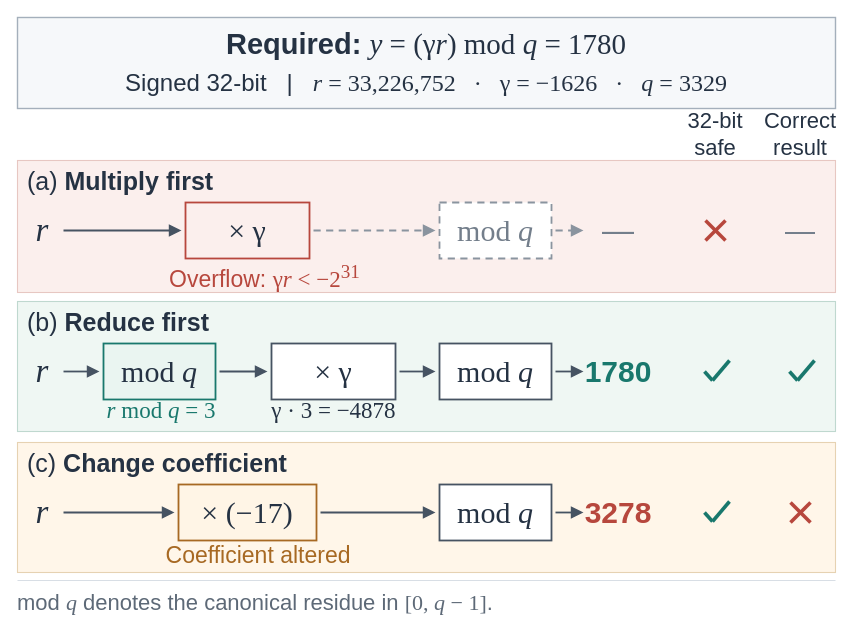
This is all/DAC2026/Secforge_fig1.drawio from ZKY6662017/iodraw-files, a draw.io file, before an edit. Source tidied: cells renumbered, new cells numbered last; positions are measured from the earlier drawing's top-left corner, leaving out a move shared by most shapes. Both pictures are drawn from the tidied source at 100%, with x=0, y=0 at pixel (17, 17).
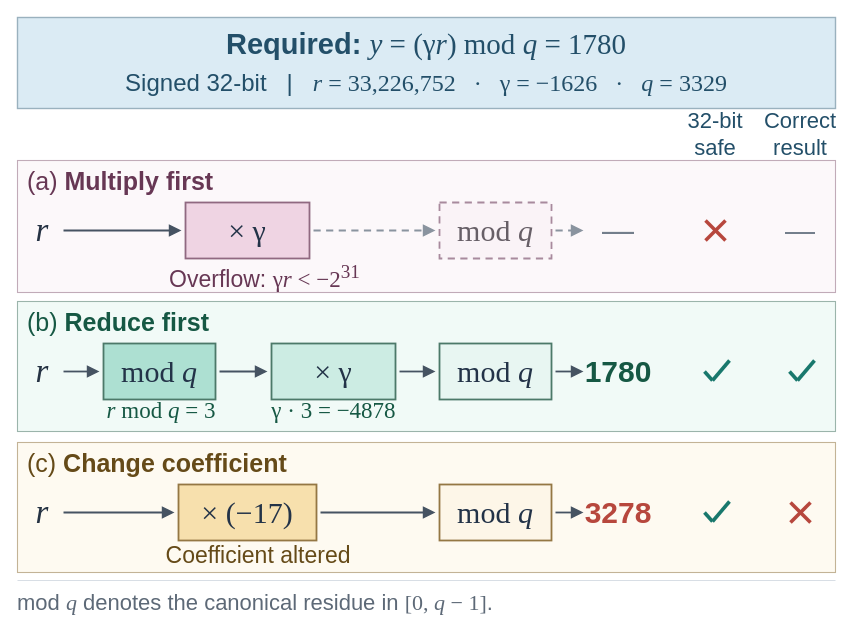
After the change.

Commit message:
Match Fig. 1 panel colors and node tints to Fig. 2

Diff of the diagram source:
```diff
@@
-    <mxCell id="2" style="whiteSpace=wrap;html=1;rounded=0;shadow=0;glass=0;strokeColor=none;fillColor=none;fontFamily=Arial;fontSize=25;fontColor=#253243;align=center;verticalAlign=middle;spacing=0;fillColor=#FBEFED;strokeColor=#E7C7C2;strokeWidth=1.1;" parent="1" vertex="1">
+    <mxCell id="2" style="whiteSpace=wrap;html=1;rounded=0;shadow=0;glass=0;fontFamily=Arial;fontSize=25;fontColor=#253243;align=center;verticalAlign=middle;spacing=0;strokeWidth=1.1;fillColor=#FCF8FA;strokeColor=#C1ABB8;" parent="1" vertex="1">
       <mxGeometry y="143" width="818" height="132" as="geometry" />
     </mxCell>
-    <mxCell id="3" style="whiteSpace=wrap;html=1;rounded=0;shadow=0;glass=0;strokeColor=none;fillColor=none;fontFamily=Arial;fontSize=25;fontColor=#253243;align=center;verticalAlign=middle;spacing=0;fillColor=#FFF6E9;strokeColor=#E6D2B2;strokeWidth=1.1;" parent="1" vertex="1">
+    <mxCell id="3" style="whiteSpace=wrap;html=1;rounded=0;shadow=0;glass=0;fontFamily=Arial;fontSize=25;fontColor=#253243;align=center;verticalAlign=middle;spacing=0;strokeWidth=1.1;fillColor=#FEFAF1;strokeColor=#C3B396;" parent="1" vertex="1">
       <mxGeometry y="425" width="818" height="130" as="geometry" />
     </mxCell>
-    <mxCell id="4" style="whiteSpace=wrap;html=1;rounded=0;shadow=0;glass=0;strokeColor=none;fillColor=none;fontFamily=Arial;fontSize=25;fontColor=#253243;align=center;verticalAlign=middle;spacing=0;fillColor=#F6F8FA;strokeColor=#A4AFBB;strokeWidth=1.4;" parent="1" vertex="1">
+    <mxCell id="4" style="whiteSpace=wrap;html=1;rounded=0;shadow=0;glass=0;fontFamily=Arial;fontSize=25;fontColor=#253243;align=center;verticalAlign=middle;spacing=0;strokeWidth=1.4;fillColor=#DBEBF4;strokeColor=#9AB1BE;" parent="1" vertex="1">
       <mxGeometry width="818" height="91" as="geometry" />
     </mxCell>
-    <mxCell id="5" value="&lt;b&gt;Required:&lt;/b&gt; &lt;font face=&quot;Times New Roman&quot;&gt;&lt;i&gt;y&lt;/i&gt; = (γ&lt;i&gt;r&lt;/i&gt;) mod &lt;i&gt;q&lt;/i&gt; = 1780&lt;/font&gt;" style="whiteSpace=wrap;html=1;rounded=0;shadow=0;glass=0;strokeColor=none;fillColor=none;fontFamily=Arial;fontSize=25;fontColor=#253243;align=center;verticalAlign=middle;spacing=0;fontSize=29;" parent="1" vertex="1">
+    <mxCell id="5" value="&lt;b&gt;Required:&lt;/b&gt; &lt;font face=&quot;Times New Roman&quot;&gt;&lt;i&gt;y&lt;/i&gt; = (γ&lt;i&gt;r&lt;/i&gt;) mod &lt;i&gt;q&lt;/i&gt; = 1780&lt;/font&gt;" style="whiteSpace=wrap;html=1;rounded=0;shadow=0;glass=0;strokeColor=none;fillColor=none;fontFamily=Arial;fontSize=25;align=center;verticalAlign=middle;spacing=0;fontSize=29;fontColor=#234F69;" parent="1" vertex="1">
       <mxGeometry x="14" y="9" width="790" height="36" as="geometry" />
     </mxCell>
-    <mxCell id="6" value="Signed 32-bit &amp;nbsp; | &amp;nbsp; &lt;font face=&quot;Times New Roman&quot;&gt;&lt;i&gt;r&lt;/i&gt; = 33,226,752 &amp;nbsp; · &amp;nbsp; γ = −1626 &amp;nbsp; · &amp;nbsp; &lt;i&gt;q&lt;/i&gt; = 3329&lt;/font&gt;" style="whiteSpace=wrap;html=1;rounded=0;shadow=0;glass=0;strokeColor=none;fillColor=none;fontFamily=Arial;fontSize=25;fontColor=#253243;align=center;verticalAlign=middle;spacing=0;fontSize=24;" parent="1" vertex="1">
+    <mxCell id="6" value="Signed 32-bit &amp;nbsp; | &amp;nbsp; &lt;font face=&quot;Times New Roman&quot;&gt;&lt;i&gt;r&lt;/i&gt; = 33,226,752 &amp;nbsp; · &amp;nbsp; γ = −1626 &amp;nbsp; · &amp;nbsp; &lt;i&gt;q&lt;/i&gt; = 3329&lt;/font&gt;" style="whiteSpace=wrap;html=1;rounded=0;shadow=0;glass=0;strokeColor=none;fillColor=none;fontFamily=Arial;fontSize=25;align=center;verticalAlign=middle;spacing=0;fontSize=24;fontColor=#234F69;" parent="1" vertex="1">
       <mxGeometry x="14" y="51" width="790" height="29" as="geometry" />
     </mxCell>
-    <mxCell id="7" value="32-bit&lt;br&gt;safe" style="whiteSpace=wrap;html=1;rounded=0;shadow=0;glass=0;strokeColor=none;fillColor=none;fontFamily=Arial;fontSize=25;fontColor=#253243;align=center;verticalAlign=middle;spacing=0;fontSize=22;" parent="1" vertex="1">
+    <mxCell id="7" value="32-bit&lt;br&gt;safe" style="whiteSpace=wrap;html=1;rounded=0;shadow=0;glass=0;strokeColor=none;fillColor=none;fontFamily=Arial;fontSize=25;align=center;verticalAlign=middle;spacing=0;fontSize=22;fontColor=#234F69;" parent="1" vertex="1">
       <mxGeometry x="653" y="94" width="90" height="45" as="geometry" />
     </mxCell>
-    <mxCell id="8" value="Correct&lt;br&gt;result" style="whiteSpace=wrap;html=1;rounded=0;shadow=0;glass=0;strokeColor=none;fillColor=none;fontFamily=Arial;fontSize=25;fontColor=#253243;align=center;verticalAlign=middle;spacing=0;fontSize=22;" parent="1" vertex="1">
+    <mxCell id="8" value="Correct&lt;br&gt;result" style="whiteSpace=wrap;html=1;rounded=0;shadow=0;glass=0;strokeColor=none;fillColor=none;fontFamily=Arial;fontSize=25;align=center;verticalAlign=middle;spacing=0;fontSize=22;fontColor=#234F69;" parent="1" vertex="1">
       <mxGeometry x="738" y="94" width="90" height="45" as="geometry" />
     </mxCell>
-    <mxCell id="9" style="whiteSpace=wrap;html=1;rounded=0;shadow=0;glass=0;strokeColor=none;fillColor=none;fontFamily=Arial;fontSize=25;fontColor=#253243;align=center;verticalAlign=middle;spacing=0;fillColor=#EFF7F3;strokeColor=#BFD8CF;strokeWidth=1.1;" parent="1" vertex="1">
+    <mxCell id="9" style="whiteSpace=wrap;html=1;rounded=0;shadow=0;glass=0;fontFamily=Arial;fontSize=25;fontColor=#253243;align=center;verticalAlign=middle;spacing=0;strokeWidth=1.1;fillColor=#F1FAF7;strokeColor=#9BB4AB;" parent="1" vertex="1">
       <mxGeometry y="284" width="818" height="130" as="geometry" />
     </mxCell>
-    <mxCell id="10" value="(a) &lt;b&gt;Multiply first&lt;/b&gt;" style="whiteSpace=wrap;html=1;rounded=0;shadow=0;glass=0;strokeColor=none;fillColor=none;fontFamily=Arial;fontSize=25;fontColor=#253243;align=center;verticalAlign=middle;spacing=0;align=left;fontSize=25;" parent="1" vertex="1">
+    <mxCell id="10" value="(a) &lt;b&gt;Multiply first&lt;/b&gt;" style="whiteSpace=wrap;html=1;rounded=0;shadow=0;glass=0;strokeColor=none;fillColor=none;fontFamily=Arial;fontSize=25;align=center;verticalAlign=middle;spacing=0;align=left;fontSize=25;fontColor=#673754;" parent="1" vertex="1">
       <mxGeometry x="10" y="148" width="560" height="30" as="geometry" />
     </mxCell>
-    <mxCell id="11" value="(b) &lt;b&gt;Reduce first&lt;/b&gt;" style="whiteSpace=wrap;html=1;rounded=0;shadow=0;glass=0;strokeColor=none;fillColor=none;fontFamily=Arial;fontSize=25;fontColor=#253243;align=center;verticalAlign=middle;spacing=0;align=left;fontSize=25;" parent="1" vertex="1">
+    <mxCell id="11" value="(b) &lt;b&gt;Reduce first&lt;/b&gt;" style="whiteSpace=wrap;html=1;rounded=0;shadow=0;glass=0;strokeColor=none;fillColor=none;fontFamily=Arial;fontSize=25;align=center;verticalAlign=middle;spacing=0;align=left;fontSize=25;fontColor=#165844;" parent="1" vertex="1">
       <mxGeometry x="10" y="289" width="560" height="30" as="geometry" />
     </mxCell>
-    <mxCell id="12" value="(c) &lt;b&gt;Change coefficient&lt;/b&gt;" style="whiteSpace=wrap;html=1;rounded=0;shadow=0;glass=0;strokeColor=none;fillColor=none;fontFamily=Arial;fontSize=25;fontColor=#253243;align=center;verticalAlign=middle;spacing=0;align=left;fontSize=25;" parent="1" vertex="1">
+    <mxCell id="12" value="(c) &lt;b&gt;Change coefficient&lt;/b&gt;" style="whiteSpace=wrap;html=1;rounded=0;shadow=0;glass=0;strokeColor=none;fillColor=none;fontFamily=Arial;fontSize=25;align=center;verticalAlign=middle;spacing=0;align=left;fontSize=25;fontColor=#654A18;" parent="1" vertex="1">
       <mxGeometry x="10" y="430" width="580" height="30" as="geometry" />
     </mxCell>
@@
-    <mxCell id="16" value="&lt;font face=&quot;Times New Roman&quot;&gt;× γ&lt;/font&gt;" style="whiteSpace=wrap;html=1;rounded=0;shadow=0;glass=0;strokeColor=none;fillColor=none;fontFamily=Arial;fontSize=25;fontColor=#253243;align=center;verticalAlign=middle;spacing=0;strokeColor=#465362;strokeWidth=1.8;fillColor=#FFFFFF;fontSize=30;fillColor=#FBEFED;strokeColor=#B7473D;" parent="1" vertex="1">
+    <mxCell id="16" value="&lt;font face=&quot;Times New Roman&quot;&gt;× γ&lt;/font&gt;" style="whiteSpace=wrap;html=1;rounded=0;shadow=0;glass=0;fontFamily=Arial;fontSize=25;align=center;verticalAlign=middle;spacing=0;strokeWidth=1.8;fontSize=30;fillColor=#EFD4E3;strokeColor=#906981;fontColor=#233348;" parent="1" vertex="1">
       <mxGeometry x="168" y="185" width="124" height="56" as="geometry" />
     </mxCell>
-    <mxCell id="17" value="&lt;font face=&quot;Times New Roman&quot;&gt;mod &lt;i&gt;q&lt;/i&gt;&lt;/font&gt;" style="whiteSpace=wrap;html=1;rounded=0;shadow=0;glass=0;strokeColor=none;fillColor=none;fontFamily=Arial;fontSize=25;fontColor=#253243;align=center;verticalAlign=middle;spacing=0;strokeColor=#465362;strokeWidth=1.8;fillColor=#FFFFFF;fontSize=30;strokeColor=#8A949F;fontColor=#737E8B;dashed=1;dashPattern=4 3;" parent="1" vertex="1">
+    <mxCell id="17" value="&lt;font face=&quot;Times New Roman&quot;&gt;mod &lt;i&gt;q&lt;/i&gt;&lt;/font&gt;" style="whiteSpace=wrap;html=1;rounded=0;shadow=0;glass=0;fontFamily=Arial;fontSize=25;align=center;verticalAlign=middle;spacing=0;strokeWidth=1.8;fontSize=30;dashed=1;dashPattern=4 3;fillColor=#FAF3F7;strokeColor=#A88A9D;fontColor=#675F67;" parent="1" vertex="1">
       <mxGeometry x="422" y="185" width="112" height="56" as="geometry" />
     </mxCell>
@@
-    <mxCell id="22" value="Overflow: &lt;font face=&quot;Times New Roman&quot;&gt;γ&lt;i&gt;r&lt;/i&gt; &amp;lt; −2&lt;sup&gt;31&lt;/sup&gt;&lt;/font&gt;" style="whiteSpace=wrap;html=1;rounded=0;shadow=0;glass=0;strokeColor=none;fillColor=none;fontFamily=Arial;fontSize=25;fontColor=#253243;align=center;verticalAlign=middle;spacing=0;fontSize=23;fontColor=#B7473D;" parent="1" vertex="1">
+    <mxCell id="22" value="Overflow: &lt;font face=&quot;Times New Roman&quot;&gt;γ&lt;i&gt;r&lt;/i&gt; &amp;lt; −2&lt;sup&gt;31&lt;/sup&gt;&lt;/font&gt;" style="whiteSpace=wrap;html=1;rounded=0;shadow=0;glass=0;strokeColor=none;fillColor=none;fontFamily=Arial;fontSize=25;align=center;verticalAlign=middle;spacing=0;fontSize=23;fontColor=#673754;" parent="1" vertex="1">
       <mxGeometry x="130" y="244" width="235" height="29" as="geometry" />
     </mxCell>
@@
-    <mxCell id="26" value="&lt;font face=&quot;Times New Roman&quot;&gt;mod &lt;i&gt;q&lt;/i&gt;&lt;/font&gt;" style="whiteSpace=wrap;html=1;rounded=0;shadow=0;glass=0;strokeColor=none;fillColor=none;fontFamily=Arial;fontSize=25;fontColor=#253243;align=center;verticalAlign=middle;spacing=0;strokeColor=#465362;strokeWidth=1.8;fillColor=#FFFFFF;fontSize=30;fillColor=#EAF5F1;strokeColor=#19786D;" parent="1" vertex="1">
+    <mxCell id="26" value="&lt;font face=&quot;Times New Roman&quot;&gt;mod &lt;i&gt;q&lt;/i&gt;&lt;/font&gt;" style="whiteSpace=wrap;html=1;rounded=0;shadow=0;glass=0;fontFamily=Arial;fontSize=25;align=center;verticalAlign=middle;spacing=0;strokeWidth=1.8;fontSize=30;fillColor=#ADE0D2;strokeColor=#4C7969;fontColor=#233348;" parent="1" vertex="1">
       <mxGeometry x="86" y="326" width="112" height="56" as="geometry" />
     </mxCell>
-    <mxCell id="27" value="&lt;font face=&quot;Times New Roman&quot;&gt;× γ&lt;/font&gt;" style="whiteSpace=wrap;html=1;rounded=0;shadow=0;glass=0;strokeColor=none;fillColor=none;fontFamily=Arial;fontSize=25;fontColor=#253243;align=center;verticalAlign=middle;spacing=0;strokeColor=#465362;strokeWidth=1.8;fillColor=#FFFFFF;fontSize=30;" parent="1" vertex="1">
+    <mxCell id="27" value="&lt;font face=&quot;Times New Roman&quot;&gt;× γ&lt;/font&gt;" style="whiteSpace=wrap;html=1;rounded=0;shadow=0;glass=0;fontFamily=Arial;fontSize=25;align=center;verticalAlign=middle;spacing=0;strokeWidth=1.8;fontSize=30;fillColor=#CCECE3;strokeColor=#4C7969;fontColor=#233348;" parent="1" vertex="1">
       <mxGeometry x="254" y="326" width="124" height="56" as="geometry" />
     </mxCell>
-    <mxCell id="28" value="&lt;font face=&quot;Times New Roman&quot;&gt;mod &lt;i&gt;q&lt;/i&gt;&lt;/font&gt;" style="whiteSpace=wrap;html=1;rounded=0;shadow=0;glass=0;strokeColor=none;fillColor=none;fontFamily=Arial;fontSize=25;fontColor=#253243;align=center;verticalAlign=middle;spacing=0;strokeColor=#465362;strokeWidth=1.8;fillColor=#FFFFFF;fontSize=30;" parent="1" vertex="1">
+    <mxCell id="28" value="&lt;font face=&quot;Times New Roman&quot;&gt;mod &lt;i&gt;q&lt;/i&gt;&lt;/font&gt;" style="whiteSpace=wrap;html=1;rounded=0;shadow=0;glass=0;fontFamily=Arial;fontSize=25;align=center;verticalAlign=middle;spacing=0;strokeWidth=1.8;fontSize=30;fillColor=#E8F6F2;strokeColor=#4C7969;fontColor=#233348;" parent="1" vertex="1">
       <mxGeometry x="422" y="326" width="112" height="56" as="geometry" />
     </mxCell>
@@
-    <mxCell id="33" value="1780" style="whiteSpace=wrap;html=1;rounded=0;shadow=0;glass=0;strokeColor=none;fillColor=none;fontFamily=Arial;fontSize=25;fontColor=#253243;align=center;verticalAlign=middle;spacing=0;fontSize=30;fontStyle=1;fontColor=#19786D;" parent="1" vertex="1">
+    <mxCell id="33" value="1780" style="whiteSpace=wrap;html=1;rounded=0;shadow=0;glass=0;strokeColor=none;fillColor=none;fontFamily=Arial;fontSize=25;align=center;verticalAlign=middle;spacing=0;fontSize=30;fontStyle=1;fontColor=#165844;" parent="1" vertex="1">
       <mxGeometry x="567" y="330" width="68" height="48" as="geometry" />
     </mxCell>
-    <mxCell id="34" value="&lt;font face=&quot;Times New Roman&quot;&gt;&lt;i&gt;r&lt;/i&gt; mod &lt;i&gt;q&lt;/i&gt; = 3&lt;/font&gt;" style="whiteSpace=wrap;html=1;rounded=0;shadow=0;glass=0;strokeColor=none;fillColor=none;fontFamily=Arial;fontSize=25;fontColor=#253243;align=center;verticalAlign=middle;spacing=0;fontSize=23;fontColor=#19786D;" parent="1" vertex="1">
+    <mxCell id="34" value="&lt;font face=&quot;Times New Roman&quot;&gt;&lt;i&gt;r&lt;/i&gt; mod &lt;i&gt;q&lt;/i&gt; = 3&lt;/font&gt;" style="whiteSpace=wrap;html=1;rounded=0;shadow=0;glass=0;strokeColor=none;fillColor=none;fontFamily=Arial;fontSize=25;align=center;verticalAlign=middle;spacing=0;fontSize=23;fontColor=#165844;" parent="1" vertex="1">
       <mxGeometry x="70" y="381" width="148" height="24" as="geometry" />
     </mxCell>
-    <mxCell id="35" value="&lt;font face=&quot;Times New Roman&quot;&gt;γ · 3 = −4878&lt;/font&gt;" style="whiteSpace=wrap;html=1;rounded=0;shadow=0;glass=0;strokeColor=none;fillColor=none;fontFamily=Arial;fontSize=25;fontColor=#253243;align=center;verticalAlign=middle;spacing=0;fontSize=23;" parent="1" vertex="1">
+    <mxCell id="35" value="&lt;font face=&quot;Times New Roman&quot;&gt;γ · 3 = −4878&lt;/font&gt;" style="whiteSpace=wrap;html=1;rounded=0;shadow=0;glass=0;strokeColor=none;fillColor=none;fontFamily=Arial;fontSize=25;align=center;verticalAlign=middle;spacing=0;fontSize=23;fontColor=#165844;" parent="1" vertex="1">
       <mxGeometry x="235" y="381" width="163" height="24" as="geometry" />
     </mxCell>
@@
-    <mxCell id="40" value="&lt;font face=&quot;Times New Roman&quot;&gt;× (−17)&lt;/font&gt;" style="whiteSpace=wrap;html=1;rounded=0;shadow=0;glass=0;strokeColor=none;fillColor=none;fontFamily=Arial;fontSize=25;fontColor=#253243;align=center;verticalAlign=middle;spacing=0;strokeColor=#465362;strokeWidth=1.8;fillColor=#FFFFFF;fontSize=30;fillColor=#FFF5E6;strokeColor=#A76923;" parent="1" vertex="1">
+    <mxCell id="40" value="&lt;font face=&quot;Times New Roman&quot;&gt;× (−17)&lt;/font&gt;" style="whiteSpace=wrap;html=1;rounded=0;shadow=0;glass=0;fontFamily=Arial;fontSize=25;align=center;verticalAlign=middle;spacing=0;strokeWidth=1.8;fontSize=30;fillColor=#F7E0AD;strokeColor=#947744;fontColor=#233348;" parent="1" vertex="1">
       <mxGeometry x="161" y="467" width="138" height="56" as="geometry" />
     </mxCell>
-    <mxCell id="41" value="&lt;font face=&quot;Times New Roman&quot;&gt;mod &lt;i&gt;q&lt;/i&gt;&lt;/font&gt;" style="whiteSpace=wrap;html=1;rounded=0;shadow=0;glass=0;strokeColor=none;fillColor=none;fontFamily=Arial;fontSize=25;fontColor=#253243;align=center;verticalAlign=middle;spacing=0;strokeColor=#465362;strokeWidth=1.8;fillColor=#FFFFFF;fontSize=30;" parent="1" vertex="1">
+    <mxCell id="41" value="&lt;font face=&quot;Times New Roman&quot;&gt;mod &lt;i&gt;q&lt;/i&gt;&lt;/font&gt;" style="whiteSpace=wrap;html=1;rounded=0;shadow=0;glass=0;fontFamily=Arial;fontSize=25;align=center;verticalAlign=middle;spacing=0;strokeWidth=1.8;fontSize=30;fillColor=#FDF6E8;strokeColor=#947744;fontColor=#233348;" parent="1" vertex="1">
       <mxGeometry x="422" y="467" width="112" height="56" as="geometry" />
     </mxCell>
@@
-    <mxCell id="46" value="Coefficient altered" style="whiteSpace=wrap;html=1;rounded=0;shadow=0;glass=0;strokeColor=none;fillColor=none;fontFamily=Arial;fontSize=25;fontColor=#253243;align=center;verticalAlign=middle;spacing=0;fontSize=23;fontColor=#A76923;" parent="1" vertex="1">
+    <mxCell id="46" value="Coefficient altered" style="whiteSpace=wrap;html=1;rounded=0;shadow=0;glass=0;strokeColor=none;fillColor=none;fontFamily=Arial;fontSize=25;align=center;verticalAlign=middle;spacing=0;fontSize=23;fontColor=#654A18;" parent="1" vertex="1">
       <mxGeometry x="126" y="524" width="230" height="28" as="geometry" />
     </mxCell>
```
